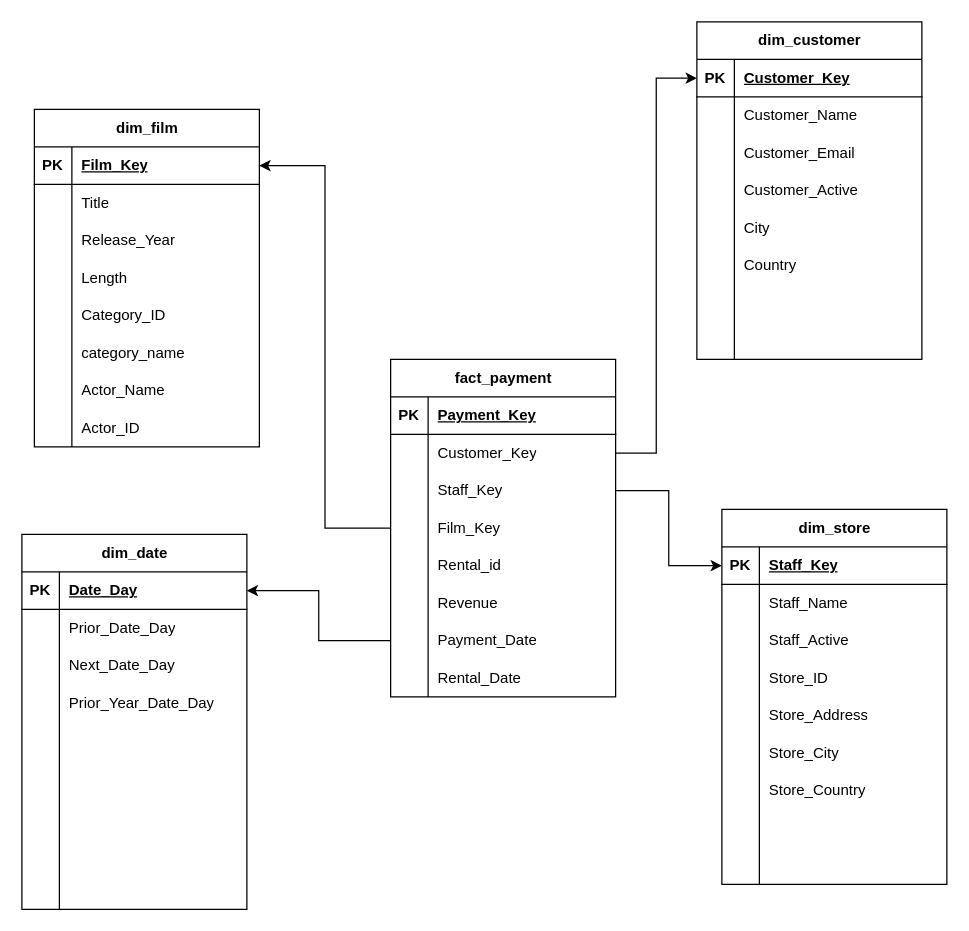
Earlier version of the draw.io diagram Untitled Diagram.drawio (suphineneo/ERD_diagrams). Source tidied: cells renumbered, new cells numbered last; positions are measured from the earlier drawing's top-left corner, leaving out a move shared by most shapes. Both pictures are drawn from the tidied source at 125%, with x=0, y=0 at pixel (21, 21).
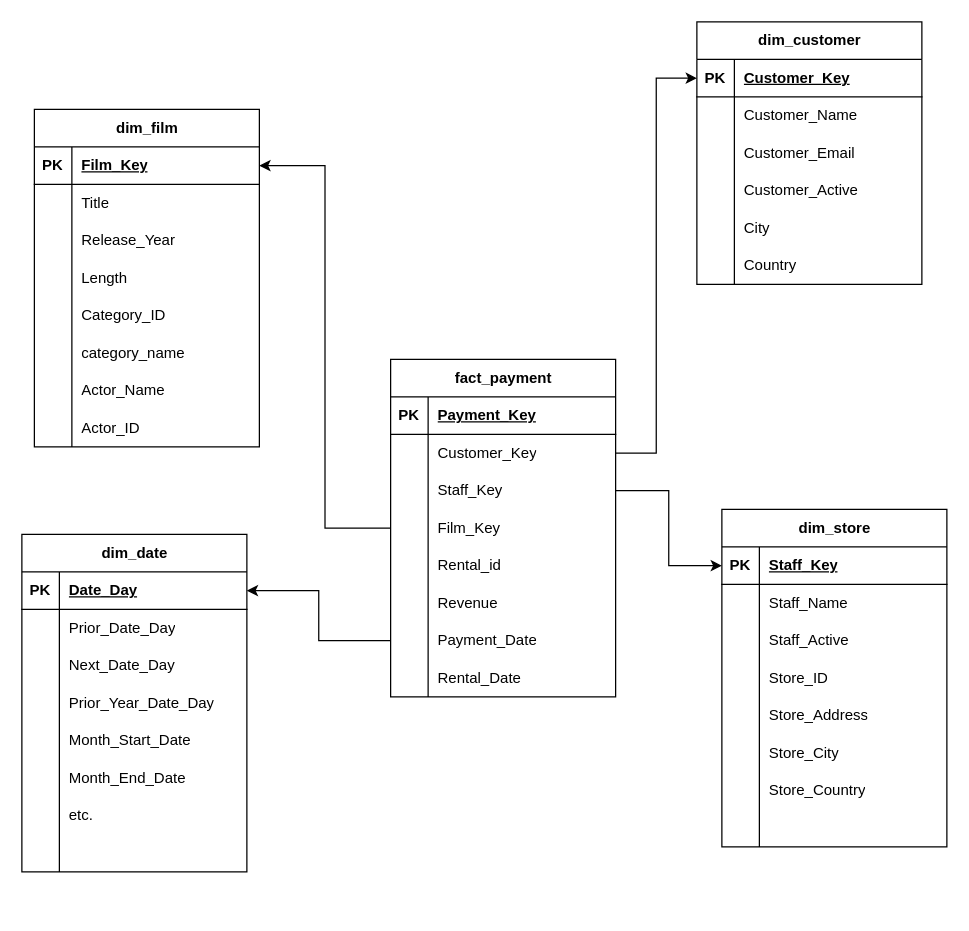
The same page after the edit.

The change refers to these unchanged cells:
```xml
<mxCell id="120" style="shape=tableRow;horizontal=0;startSize=0;swimlaneHead=0;swimlaneBody=0;fillColor=none;top=0;left=0;right=0;bottom=0;" parent="107" vertex="1">
  <mxGeometry y="150" width="180" height="30" as="geometry" />
</mxCell>
<mxCell id="123" style="shape=tableRow;horizontal=0;startSize=0;swimlaneHead=0;swimlaneBody=0;fillColor=none;top=0;left=0;right=0;bottom=0;" parent="107" vertex="1">
  <mxGeometry y="180" width="180" height="30" as="geometry" />
</mxCell>
<mxCell id="126" style="shape=tableRow;horizontal=0;startSize=0;swimlaneHead=0;swimlaneBody=0;fillColor=none;top=0;left=0;right=0;bottom=0;" parent="107" vertex="1">
  <mxGeometry y="210" width="180" height="30" as="geometry" />
</mxCell>
```

Change to the diagram source:
```diff
@@
     <mxCell id="53" value="dim_customer" style="shape=table;startSize=30;childLayout=tableLayout;rowLines=0;fontStyle=1;align=center;html=1;" parent="1" vertex="1">
-      <mxGeometry x="540" width="180" height="270" as="geometry" />
+      <mxGeometry x="540" width="180" height="210" as="geometry" />
     </mxCell>
@@
-    <mxCell id="72" style="shape=tableRow;horizontal=0;startSize=0;swimlaneHead=0;swimlaneBody=0;fillColor=none;top=0;left=0;right=0;bottom=0;" parent="53" vertex="1">
-      <mxGeometry y="210" width="180" height="30" as="geometry" />
-    </mxCell>
-    <mxCell id="73" style="shape=partialRectangle;fillColor=none;top=0;left=0;bottom=0;right=0;overflow=hidden;whiteSpace=wrap;html=1;" parent="72" vertex="1">
-      <mxGeometry width="30" height="30" as="geometry" />
-    </mxCell>
-    <mxCell id="74" style="shape=partialRectangle;fillColor=none;top=0;left=0;bottom=0;right=0;align=left;spacingLeft=6;overflow=hidden;whiteSpace=wrap;html=1;" parent="72" vertex="1">
-      <mxGeometry x="30" width="150" height="30" as="geometry" />
-    </mxCell>
-    <mxCell id="75" style="shape=tableRow;horizontal=0;startSize=0;swimlaneHead=0;swimlaneBody=0;fillColor=none;top=0;left=0;right=0;bottom=0;" parent="53" vertex="1">
-      <mxGeometry y="240" width="180" height="30" as="geometry" />
-    </mxCell>
-    <mxCell id="76" style="shape=partialRectangle;fillColor=none;top=0;left=0;bottom=0;right=0;overflow=hidden;whiteSpace=wrap;html=1;" parent="75" vertex="1">
-      <mxGeometry width="30" height="30" as="geometry" />
-    </mxCell>
-    <mxCell id="77" style="shape=partialRectangle;fillColor=none;top=0;left=0;bottom=0;right=0;align=left;spacingLeft=6;overflow=hidden;whiteSpace=wrap;html=1;" parent="75" vertex="1">
-      <mxGeometry x="30" width="150" height="30" as="geometry" />
-    </mxCell>
@@
     <mxCell id="79" value="dim_store" style="shape=table;startSize=30;childLayout=tableLayout;rowLines=0;fontStyle=1;align=center;html=1;" parent="1" vertex="1">
-      <mxGeometry x="560" y="390" width="180" height="300" as="geometry" />
+      <mxGeometry x="560" y="390" width="180" height="270" as="geometry" />
     </mxCell>
@@
-    <mxCell id="101" style="shape=tableRow;horizontal=0;startSize=0;swimlaneHead=0;swimlaneBody=0;fillColor=none;top=0;left=0;right=0;bottom=0;" parent="79" vertex="1">
-      <mxGeometry y="240" width="180" height="30" as="geometry" />
-    </mxCell>
-    <mxCell id="102" style="shape=partialRectangle;fillColor=none;top=0;left=0;bottom=0;right=0;overflow=hidden;whiteSpace=wrap;html=1;" parent="101" vertex="1">
-      <mxGeometry width="30" height="30" as="geometry" />
-    </mxCell>
-    <mxCell id="103" style="shape=partialRectangle;fillColor=none;top=0;left=0;bottom=0;right=0;align=left;spacingLeft=6;overflow=hidden;whiteSpace=wrap;html=1;" parent="101" vertex="1">
-      <mxGeometry x="30" width="150" height="30" as="geometry" />
-    </mxCell>
     <mxCell id="104" style="shape=tableRow;horizontal=0;startSize=0;swimlaneHead=0;swimlaneBody=0;fillColor=none;top=0;left=0;right=0;bottom=0;" parent="79" vertex="1">
-      <mxGeometry y="270" width="180" height="30" as="geometry" />
+      <mxGeometry y="240" width="180" height="30" as="geometry" />
     </mxCell>
@@
     <mxCell id="107" value="dim_date" style="shape=table;startSize=30;childLayout=tableLayout;rowLines=0;fontStyle=1;align=center;html=1;" parent="1" vertex="1">
-      <mxGeometry y="410" width="180" height="300" as="geometry" />
+      <mxGeometry y="410" width="180" height="270" as="geometry" />
     </mxCell>
@@
-    <mxCell id="122" style="shape=partialRectangle;fillColor=none;top=0;left=0;bottom=0;right=0;align=left;spacingLeft=6;overflow=hidden;whiteSpace=wrap;html=1;" parent="120" vertex="1">
+    <mxCell id="122" value="Month_Start_Date" style="shape=partialRectangle;fillColor=none;top=0;left=0;bottom=0;right=0;align=left;spacingLeft=6;overflow=hidden;whiteSpace=wrap;html=1;" parent="120" vertex="1">
       <mxGeometry x="30" width="150" height="30" as="geometry" />
     </mxCell>
@@
-    <mxCell id="125" style="shape=partialRectangle;fillColor=none;top=0;left=0;bottom=0;right=0;align=left;spacingLeft=6;overflow=hidden;whiteSpace=wrap;html=1;" parent="123" vertex="1">
+    <mxCell id="125" value="Month_End_Date" style="shape=partialRectangle;fillColor=none;top=0;left=0;bottom=0;right=0;align=left;spacingLeft=6;overflow=hidden;whiteSpace=wrap;html=1;" parent="123" vertex="1">
       <mxGeometry x="30" width="150" height="30" as="geometry" />
     </mxCell>
@@
-    <mxCell id="128" style="shape=partialRectangle;fillColor=none;top=0;left=0;bottom=0;right=0;align=left;spacingLeft=6;overflow=hidden;whiteSpace=wrap;html=1;" parent="126" vertex="1">
+    <mxCell id="128" value="etc." style="shape=partialRectangle;fillColor=none;top=0;left=0;bottom=0;right=0;align=left;spacingLeft=6;overflow=hidden;whiteSpace=wrap;html=1;" parent="126" vertex="1">
       <mxGeometry x="30" width="150" height="30" as="geometry" />
     </mxCell>
@@
-    <mxCell id="132" style="shape=tableRow;horizontal=0;startSize=0;swimlaneHead=0;swimlaneBody=0;fillColor=none;top=0;left=0;right=0;bottom=0;" parent="107" vertex="1">
-      <mxGeometry y="270" width="180" height="30" as="geometry" />
-    </mxCell>
-    <mxCell id="133" style="shape=partialRectangle;fillColor=none;top=0;left=0;bottom=0;right=0;overflow=hidden;whiteSpace=wrap;html=1;" parent="132" vertex="1">
-      <mxGeometry width="30" height="30" as="geometry" />
-    </mxCell>
-    <mxCell id="134" style="shape=partialRectangle;fillColor=none;top=0;left=0;bottom=0;right=0;align=left;spacingLeft=6;overflow=hidden;whiteSpace=wrap;html=1;" parent="132" vertex="1">
-      <mxGeometry x="30" width="150" height="30" as="geometry" />
-    </mxCell>
```
